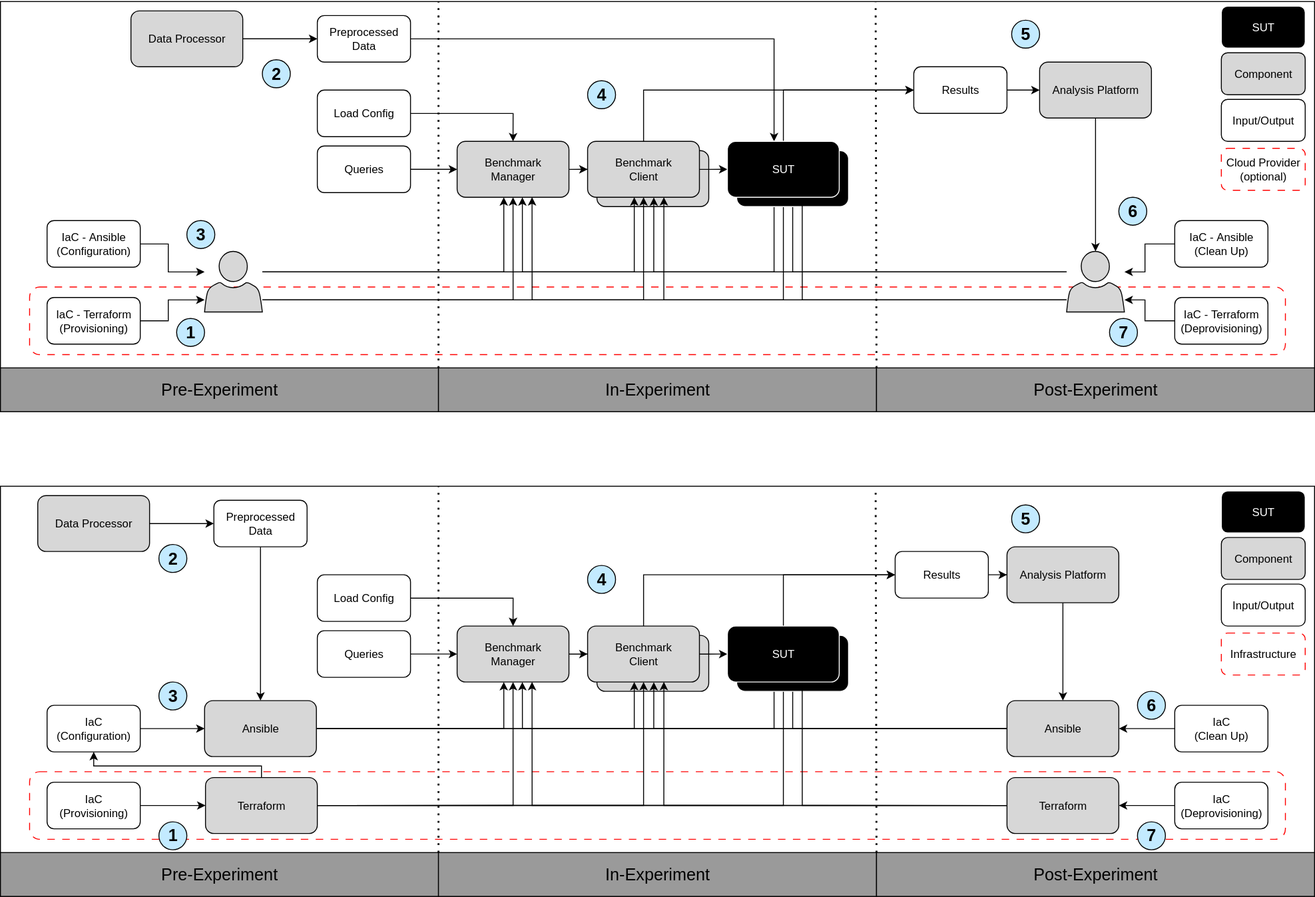
The draw.io diagram docs/architecture.svg in tomkalesse/bachelor-thesis-benchsetup, before a commit. Source tidied: cells renumbered, new cells last; positions are measured from the earlier drawing's top-left corner, leaving out a move shared by most shapes.
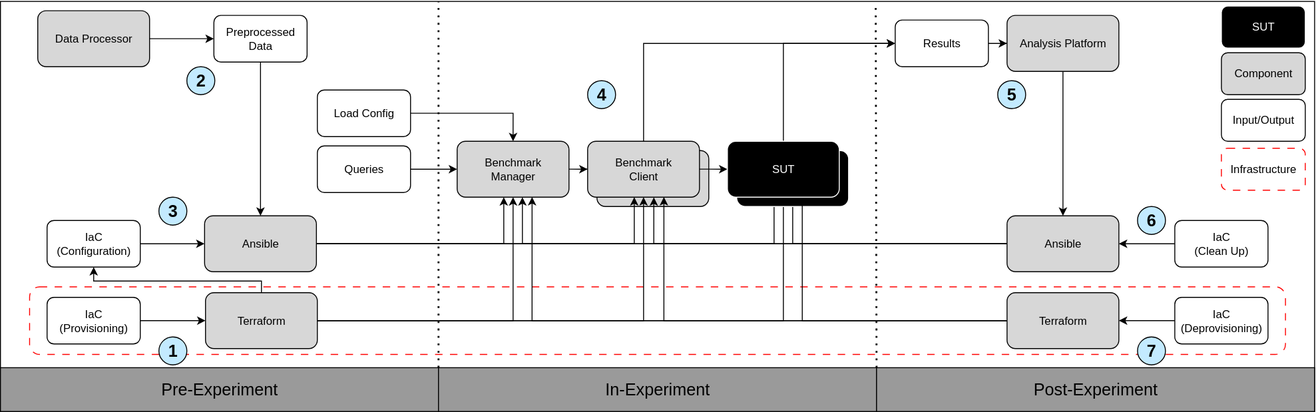
The same diagram one commit later.

Change to the diagram source:
```diff
@@ -4,268 +4,2 @@
     <mxCell id="1" parent="0" />
-    <mxCell id="2" style="rounded=0;whiteSpace=wrap;html=1;strokeColor=light-dark(#000000,#EDEDED);" parent="1" vertex="1">
-      <mxGeometry width="1410" height="440" as="geometry" />
-    </mxCell>
-    <mxCell id="3" value="Benchmark&lt;div&gt;Client&lt;/div&gt;" style="rounded=1;whiteSpace=wrap;html=1;fillColor=#D7D7D7;" parent="1" vertex="1">
-      <mxGeometry x="640" y="160" width="120" height="60" as="geometry" />
-    </mxCell>
-    <mxCell id="4" value="&lt;font style=&quot;font-size: 18px;&quot;&gt;Pre-Experiment&lt;/font&gt;" style="rounded=0;whiteSpace=wrap;html=1;fillColor=#9A9A9A;" parent="1" vertex="1">
-      <mxGeometry y="393" width="470" height="47" as="geometry" />
-    </mxCell>
-    <mxCell id="5" value="&lt;font style=&quot;font-size: 18px;&quot;&gt;&lt;font style=&quot;&quot;&gt;In-Experimen&lt;/font&gt;t&lt;/font&gt;" style="rounded=0;whiteSpace=wrap;html=1;fillColor=#9A9A9A;" parent="1" vertex="1">
-      <mxGeometry x="470" y="393" width="470" height="47" as="geometry" />
-    </mxCell>
-    <mxCell id="6" value="&lt;font style=&quot;font-size: 18px;&quot;&gt;Post-Experiment&lt;/font&gt;" style="rounded=0;whiteSpace=wrap;html=1;fillColor=#9A9A9A;" parent="1" vertex="1">
-      <mxGeometry x="940" y="393" width="470" height="47" as="geometry" />
-    </mxCell>
-    <mxCell id="7" style="endArrow=none;dashed=1;html=1;dashPattern=1 3;strokeWidth=2;rounded=0;exitX=1;exitY=0;exitDx=0;exitDy=0;" parent="1" edge="1" source="4">
-      <mxGeometry relative="1" as="geometry">
-        <mxPoint x="470" as="targetPoint" />
-      </mxGeometry>
-    </mxCell>
-    <mxCell id="8" style="endArrow=none;dashed=1;html=1;dashPattern=1 3;strokeWidth=2;rounded=0;exitX=1;exitY=0;exitDx=0;exitDy=0;entryX=0.666;entryY=0.002;entryDx=0;entryDy=0;entryPerimeter=0;" parent="1" edge="1" source="5" target="2">
-      <mxGeometry relative="1" as="geometry" />
-    </mxCell>
-    <mxCell id="9" style="edgeStyle=orthogonalEdgeStyle;rounded=0;jettySize=auto;html=1;entryX=0;entryY=0.5;entryDx=0;entryDy=0;" parent="1" edge="1" source="10" target="13">
-      <mxGeometry relative="1" as="geometry" />
-    </mxCell>
-    <mxCell id="10" value="Benchmark&lt;div&gt;&lt;span style=&quot;background-color: transparent; color: light-dark(rgb(0, 0, 0), rgb(255, 255, 255));&quot;&gt;Manager&lt;/span&gt;&lt;/div&gt;" style="rounded=1;whiteSpace=wrap;html=1;fillColor=#D7D7D7;shadow=0;" parent="1" vertex="1">
-      <mxGeometry x="490" y="150" width="120" height="60" as="geometry" />
-    </mxCell>
-    <mxCell id="11" style="edgeStyle=orthogonalEdgeStyle;rounded=0;jettySize=auto;html=1;entryX=0;entryY=0.5;entryDx=0;entryDy=0;" parent="1" edge="1" source="13" target="62">
-      <mxGeometry relative="1" as="geometry" />
-    </mxCell>
-    <mxCell id="12" style="edgeStyle=orthogonalEdgeStyle;rounded=0;jettySize=auto;html=1;entryX=0;entryY=0.5;entryDx=0;entryDy=0;" parent="1" edge="1" source="13" target="19">
-      <mxGeometry relative="1" as="geometry">
-        <Array as="points">
-          <mxPoint x="690" y="95" />
-        </Array>
-      </mxGeometry>
-    </mxCell>
-    <mxCell id="13" value="Benchmark&lt;div&gt;&lt;span style=&quot;background-color: transparent; color: light-dark(rgb(0, 0, 0), rgb(255, 255, 255));&quot;&gt;Client&lt;/span&gt;&lt;/div&gt;" style="rounded=1;whiteSpace=wrap;html=1;fillColor=#D7D7D7;" parent="1" vertex="1">
-      <mxGeometry x="630" y="150" width="120" height="60" as="geometry" />
-    </mxCell>
-    <mxCell id="14" style="edgeStyle=orthogonalEdgeStyle;rounded=0;jettySize=auto;html=1;entryX=0;entryY=0.5;entryDx=0;entryDy=0;" parent="1" edge="1" source="62" target="19">
-      <mxGeometry relative="1" as="geometry">
-        <Array as="points">
-          <mxPoint x="840" y="95" />
-        </Array>
-      </mxGeometry>
-    </mxCell>
-    <mxCell id="15" style="edgeStyle=orthogonalEdgeStyle;rounded=0;jettySize=auto;html=1;" parent="1" edge="1" source="50" target="10">
-      <mxGeometry relative="1" as="geometry">
-        <Array as="points">
-          <mxPoint x="540" y="290" />
-        </Array>
-      </mxGeometry>
-    </mxCell>
-    <mxCell id="16" style="edgeStyle=orthogonalEdgeStyle;rounded=0;jettySize=auto;html=1;" parent="1" edge="1" source="50" target="13">
-      <mxGeometry relative="1" as="geometry">
-        <Array as="points">
-          <mxPoint x="680" y="290" />
-        </Array>
-      </mxGeometry>
-    </mxCell>
-    <mxCell id="17" style="edgeStyle=orthogonalEdgeStyle;rounded=0;jettySize=auto;html=1;" parent="1" edge="1" source="50" target="62">
-      <mxGeometry relative="1" as="geometry">
-        <Array as="points">
-          <mxPoint x="830" y="290" />
-        </Array>
-      </mxGeometry>
-    </mxCell>
-    <mxCell id="18" style="edgeStyle=orthogonalEdgeStyle;rounded=0;jettySize=auto;html=1;" parent="1" edge="1" source="19" target="27">
-      <mxGeometry relative="1" as="geometry" />
-    </mxCell>
-    <mxCell id="19" value="Results" style="rounded=1;whiteSpace=wrap;html=1;" parent="1" vertex="1">
-      <mxGeometry x="980" y="70" width="100" height="50" as="geometry" />
-    </mxCell>
-    <mxCell id="20" style="edgeStyle=orthogonalEdgeStyle;rounded=0;jettySize=auto;html=1;" parent="1" edge="1" source="21" target="62">
-      <mxGeometry relative="1" as="geometry">
-        <Array as="points">
-          <mxPoint x="830" y="40" />
-        </Array>
-      </mxGeometry>
-    </mxCell>
-    <mxCell id="21" value="Preprocessed&lt;div&gt;Data&lt;/div&gt;" style="rounded=1;whiteSpace=wrap;html=1;" parent="1" vertex="1">
-      <mxGeometry x="340" y="15" width="100" height="50" as="geometry" />
-    </mxCell>
-    <mxCell id="22" style="edgeStyle=orthogonalEdgeStyle;rounded=0;jettySize=auto;html=1;" parent="1" edge="1" source="23" target="50">
-      <mxGeometry relative="1" as="geometry">
-        <Array as="points">
-          <mxPoint x="180" y="260" />
-          <mxPoint x="180" y="290" />
-        </Array>
-      </mxGeometry>
-    </mxCell>
-    <mxCell id="23" value="IaC -&amp;nbsp;&lt;span style=&quot;background-color: transparent; color: light-dark(rgb(0, 0, 0), rgb(255, 255, 255));&quot;&gt;Ansible&lt;/span&gt;&lt;div&gt;&lt;span style=&quot;background-color: transparent; color: light-dark(rgb(0, 0, 0), rgb(255, 255, 255));&quot;&gt;(Configuration)&lt;/span&gt;&lt;/div&gt;" style="rounded=1;whiteSpace=wrap;html=1;" parent="1" vertex="1">
-      <mxGeometry x="50" y="235" width="100" height="50" as="geometry" />
-    </mxCell>
-    <mxCell id="24" style="edgeStyle=orthogonalEdgeStyle;rounded=0;jettySize=auto;html=1;" parent="1" edge="1" source="25" target="51">
-      <mxGeometry relative="1" as="geometry">
-        <Array as="points">
-          <mxPoint x="1228" y="260" />
-          <mxPoint x="1228" y="290" />
-        </Array>
-      </mxGeometry>
-    </mxCell>
-    <mxCell id="25" value="IaC -&amp;nbsp;&lt;span style=&quot;color: light-dark(rgb(0, 0, 0), rgb(255, 255, 255)); background-color: transparent;&quot;&gt;Ansible&lt;/span&gt;&lt;div&gt;&lt;span style=&quot;background-color: transparent; color: light-dark(rgb(0, 0, 0), rgb(255, 255, 255));&quot;&gt;(Clean Up)&lt;/span&gt;&lt;/div&gt;" style="rounded=1;whiteSpace=wrap;html=1;" parent="1" vertex="1">
-      <mxGeometry x="1260" y="235" width="100" height="50" as="geometry" />
-    </mxCell>
-    <mxCell id="26" style="edgeStyle=orthogonalEdgeStyle;rounded=0;jettySize=auto;html=1;" parent="1" edge="1" source="27" target="51">
-      <mxGeometry relative="1" as="geometry" />
-    </mxCell>
-    <mxCell id="27" value="Analysis Platform" style="rounded=1;whiteSpace=wrap;html=1;fillColor=#D7D7D7;" parent="1" vertex="1">
-      <mxGeometry x="1115" y="65" width="120" height="60" as="geometry" />
-    </mxCell>
-    <mxCell id="28" style="edgeStyle=orthogonalEdgeStyle;rounded=0;jettySize=auto;html=1;" parent="1" edge="1" source="29" target="21">
-      <mxGeometry relative="1" as="geometry" />
-    </mxCell>
-    <mxCell id="29" value="Data Processor" style="rounded=1;whiteSpace=wrap;html=1;fillColor=#D7D7D7;" parent="1" vertex="1">
-      <mxGeometry x="140" y="10" width="120" height="60" as="geometry" />
-    </mxCell>
-    <mxCell id="30" style="edgeStyle=orthogonalEdgeStyle;rounded=0;jettySize=auto;html=1;" parent="1" edge="1" source="51" target="62">
-      <mxGeometry relative="1" as="geometry">
-        <Array as="points">
-          <mxPoint x="850" y="290" />
-        </Array>
-      </mxGeometry>
-    </mxCell>
-    <mxCell id="31" style="edgeStyle=orthogonalEdgeStyle;rounded=0;jettySize=auto;html=1;entryX=0.592;entryY=1.003;entryDx=0;entryDy=0;entryPerimeter=0;" parent="1" edge="1" source="51" target="13">
-      <mxGeometry relative="1" as="geometry">
-        <Array as="points">
-          <mxPoint x="701" y="290" />
-        </Array>
-      </mxGeometry>
-    </mxCell>
-    <mxCell id="32" style="edgeStyle=orthogonalEdgeStyle;rounded=0;jettySize=auto;html=1;" parent="1" edge="1" source="51">
-      <mxGeometry relative="1" as="geometry">
-        <mxPoint x="560" y="210" as="targetPoint" />
-        <Array as="points">
-          <mxPoint x="560" y="290" />
-        </Array>
-      </mxGeometry>
-    </mxCell>
-    <mxCell id="33" value="&lt;span style=&quot;font-size: 18px;&quot;&gt;&lt;b&gt;2&lt;/b&gt;&lt;/span&gt;" style="ellipse;whiteSpace=wrap;html=1;fillColor=#C3EAFF;" parent="1" vertex="1">
-      <mxGeometry x="281" y="62.5" width="30" height="30" as="geometry" />
-    </mxCell>
-    <mxCell id="34" value="&lt;span style=&quot;font-size: 18px;&quot;&gt;&lt;b&gt;3&lt;/b&gt;&lt;/span&gt;" style="ellipse;whiteSpace=wrap;html=1;fillColor=#C3EAFF;" parent="1" vertex="1">
-      <mxGeometry x="200" y="235" width="30" height="30" as="geometry" />
-    </mxCell>
-    <mxCell id="35" value="&lt;span style=&quot;font-size: 18px;&quot;&gt;&lt;b&gt;4&lt;/b&gt;&lt;/span&gt;" style="ellipse;whiteSpace=wrap;html=1;fillColor=#C3EAFF;direction=south;" parent="1" vertex="1">
-      <mxGeometry x="630" y="85" width="30" height="30" as="geometry" />
-    </mxCell>
-    <mxCell id="36" value="&lt;span style=&quot;font-size: 18px;&quot;&gt;&lt;b&gt;5&lt;/b&gt;&lt;/span&gt;" style="ellipse;whiteSpace=wrap;html=1;fillColor=#C3EAFF;direction=south;" parent="1" vertex="1">
-      <mxGeometry x="1085" y="20" width="30" height="30" as="geometry" />
-    </mxCell>
-    <mxCell id="37" value="&lt;span style=&quot;font-size: 18px;&quot;&gt;&lt;b&gt;6&lt;/b&gt;&lt;/span&gt;" style="ellipse;whiteSpace=wrap;html=1;fillColor=#C3EAFF;direction=south;" parent="1" vertex="1">
-      <mxGeometry x="1200" y="210" width="30" height="30" as="geometry" />
-    </mxCell>
-    <mxCell id="38" style="edgeStyle=orthogonalEdgeStyle;rounded=0;jettySize=auto;html=1;entryX=0;entryY=0.5;entryDx=0;entryDy=0;" parent="1" edge="1" source="40" target="10">
-      <mxGeometry relative="1" as="geometry" />
-    </mxCell>
-    <mxCell id="39" style="rounded=1;whiteSpace=wrap;html=1;fillColor=none;strokeColor=#FF0000;dashed=1;dashPattern=8 8;" parent="1" vertex="1">
-      <mxGeometry x="31.2" y="306.2" width="1347.5" height="72.5" as="geometry" />
-    </mxCell>
-    <mxCell id="40" value="Queries" style="rounded=1;whiteSpace=wrap;html=1;" parent="1" vertex="1">
-      <mxGeometry x="340" y="155" width="100" height="50" as="geometry" />
-    </mxCell>
-    <mxCell id="41" style="edgeStyle=orthogonalEdgeStyle;rounded=0;jettySize=auto;html=1;entryX=0.5;entryY=0;entryDx=0;entryDy=0;" parent="1" edge="1" source="42" target="10">
-      <mxGeometry relative="1" as="geometry" />
-    </mxCell>
-    <mxCell id="42" value="Load Config" style="rounded=1;whiteSpace=wrap;html=1;" parent="1" vertex="1">
-      <mxGeometry x="340" y="95" width="100" height="50" as="geometry" />
-    </mxCell>
-    <mxCell id="43" value="Component" style="rounded=1;whiteSpace=wrap;html=1;fillColor=#D7D7D7;" parent="1" vertex="1">
-      <mxGeometry x="1310" y="55" width="90" height="45" as="geometry" />
-    </mxCell>
-    <mxCell id="44" value="&lt;font style=&quot;color: rgb(255, 255, 255);&quot;&gt;SUT&lt;/font&gt;" style="rounded=1;whiteSpace=wrap;html=1;fillColor=#000000;strokeColor=light-dark(#ffffff, #ededed);" parent="1" vertex="1">
-      <mxGeometry x="1310" y="5" width="90" height="45" as="geometry" />
-    </mxCell>
-    <mxCell id="45" value="Input/Output" style="rounded=1;whiteSpace=wrap;html=1;fillColor=#FFFFFF;" parent="1" vertex="1">
-      <mxGeometry x="1310" y="105" width="90" height="45" as="geometry" />
-    </mxCell>
-    <mxCell id="46" style="edgeStyle=orthogonalEdgeStyle;rounded=0;jettySize=auto;html=1;" parent="1" edge="1" source="47" target="51">
-      <mxGeometry relative="1" as="geometry">
-        <Array as="points">
-          <mxPoint x="1228" y="342" />
-          <mxPoint x="1228" y="320" />
-        </Array>
-      </mxGeometry>
-    </mxCell>
-    <mxCell id="47" value="IaC -&amp;nbsp;&lt;span style=&quot;color: light-dark(rgb(0, 0, 0), rgb(255, 255, 255)); background-color: transparent;&quot;&gt;Terraform&lt;/span&gt;&lt;div&gt;&lt;span style=&quot;background-color: transparent; color: light-dark(rgb(0, 0, 0), rgb(255, 255, 255));&quot;&gt;(Deprovisioning)&lt;/span&gt;&lt;/div&gt;" style="rounded=1;whiteSpace=wrap;html=1;" parent="1" vertex="1">
-      <mxGeometry x="1260" y="317.5" width="100" height="50" as="geometry" />
-    </mxCell>
-    <mxCell id="48" style="edgeStyle=orthogonalEdgeStyle;rounded=0;jettySize=auto;html=1;" parent="1" edge="1" source="49" target="50">
-      <mxGeometry relative="1" as="geometry">
-        <Array as="points">
-          <mxPoint x="180" y="343" />
-          <mxPoint x="180" y="320" />
-        </Array>
-      </mxGeometry>
-    </mxCell>
-    <mxCell id="49" value="IaC -&amp;nbsp;&lt;span style=&quot;background-color: transparent; color: light-dark(rgb(0, 0, 0), rgb(255, 255, 255));&quot;&gt;Terraform&lt;/span&gt;&lt;div&gt;&lt;span style=&quot;background-color: transparent; color: light-dark(rgb(0, 0, 0), rgb(255, 255, 255));&quot;&gt;(Provisioning)&lt;/span&gt;&lt;/div&gt;" style="rounded=1;whiteSpace=wrap;html=1;" parent="1" vertex="1">
-      <mxGeometry x="50" y="317.5" width="100" height="50" as="geometry" />
-    </mxCell>
-    <mxCell id="50" style="sketch=0;shadow=0;dashed=0;html=1;strokeColor=#000000;fillColor=#D7D7D7;labelPosition=center;verticalLabelPosition=bottom;verticalAlign=top;outlineConnect=0;align=center;shape=mxgraph.office.users.user;" parent="1" vertex="1">
-      <mxGeometry x="219" y="268" width="62" height="65" as="geometry" />
-    </mxCell>
-    <mxCell id="51" style="sketch=0;shadow=0;dashed=0;html=1;strokeColor=#000000;fillColor=#D7D7D7;labelPosition=center;verticalLabelPosition=bottom;verticalAlign=top;outlineConnect=0;align=center;shape=mxgraph.office.users.user;" parent="1" vertex="1">
-      <mxGeometry x="1144" y="268" width="62" height="65" as="geometry" />
-    </mxCell>
-    <mxCell id="52" value="&lt;span style=&quot;font-size: 18px;&quot;&gt;&lt;b&gt;7&lt;/b&gt;&lt;/span&gt;" style="ellipse;whiteSpace=wrap;html=1;fillColor=#C3EAFF;direction=south;" parent="1" vertex="1">
-      <mxGeometry x="1190" y="340" width="30" height="30" as="geometry" />
-    </mxCell>
-    <mxCell id="53" value="&lt;span style=&quot;font-size: 18px;&quot;&gt;&lt;b&gt;1&lt;/b&gt;&lt;/span&gt;" style="ellipse;whiteSpace=wrap;html=1;fillColor=#C3EAFF;" parent="1" vertex="1">
-      <mxGeometry x="189" y="340" width="30" height="30" as="geometry" />
-    </mxCell>
-    <mxCell id="54" value="Cloud Provider&lt;div&gt;(optional)&lt;/div&gt;" style="rounded=1;whiteSpace=wrap;html=1;fillColor=none;strokeColor=#FF0000;dashed=1;dashPattern=8 8;" parent="1" vertex="1">
-      <mxGeometry x="1310" y="157.5" width="90" height="45" as="geometry" />
-    </mxCell>
-    <mxCell id="55" style="edgeStyle=orthogonalEdgeStyle;rounded=0;jettySize=auto;html=1;entryX=0.5;entryY=1;entryDx=0;entryDy=0;" parent="1" edge="1" source="50" target="10">
-      <mxGeometry relative="1" as="geometry">
-        <Array as="points">
-          <mxPoint x="550" y="320" />
-        </Array>
-      </mxGeometry>
-    </mxCell>
-    <mxCell id="56" style="edgeStyle=orthogonalEdgeStyle;rounded=0;jettySize=auto;html=1;entryX=0.67;entryY=0.998;entryDx=0;entryDy=0;entryPerimeter=0;" parent="1" edge="1" source="51" target="10">
-      <mxGeometry relative="1" as="geometry">
-        <Array as="points">
-          <mxPoint x="570" y="320" />
-        </Array>
-      </mxGeometry>
-    </mxCell>
-    <mxCell id="57" style="edgeStyle=orthogonalEdgeStyle;rounded=0;jettySize=auto;html=1;" parent="1" edge="1" source="50" target="13">
-      <mxGeometry relative="1" as="geometry">
-        <Array as="points">
-          <mxPoint x="690" y="320" />
-        </Array>
-      </mxGeometry>
-    </mxCell>
-    <mxCell id="58" style="edgeStyle=orthogonalEdgeStyle;rounded=0;jettySize=auto;html=1;entryX=0.682;entryY=0.999;entryDx=0;entryDy=0;entryPerimeter=0;" parent="1" edge="1" source="51" target="13">
-      <mxGeometry relative="1" as="geometry">
-        <Array as="points">
-          <mxPoint x="712" y="320" />
-        </Array>
-      </mxGeometry>
-    </mxCell>
-    <mxCell id="59" style="edgeStyle=orthogonalEdgeStyle;rounded=0;jettySize=auto;html=1;" parent="1" edge="1" source="50" target="62">
-      <mxGeometry relative="1" as="geometry">
-        <Array as="points">
-          <mxPoint x="840" y="320" />
-        </Array>
-      </mxGeometry>
-    </mxCell>
-    <mxCell id="60" value="&lt;font style=&quot;color: rgb(255, 255, 255);&quot;&gt;SUT&lt;/font&gt;" style="rounded=1;whiteSpace=wrap;html=1;fillColor=#000000;strokeColor=light-dark(#ffffff, #ededed);" parent="1" vertex="1">
-      <mxGeometry x="790" y="160" width="120" height="60" as="geometry" />
-    </mxCell>
-    <mxCell id="61" style="edgeStyle=orthogonalEdgeStyle;rounded=0;jettySize=auto;html=1;entryX=0.669;entryY=0.995;entryDx=0;entryDy=0;entryPerimeter=0;" parent="1" edge="1" source="51" target="62">
-      <mxGeometry relative="1" as="geometry">
-        <Array as="points">
-          <mxPoint x="860" y="320" />
-        </Array>
-      </mxGeometry>
-    </mxCell>
-    <mxCell id="62" value="&lt;font style=&quot;color: rgb(255, 255, 255);&quot;&gt;SUT&lt;/font&gt;" style="rounded=1;whiteSpace=wrap;html=1;fillColor=#000000;strokeColor=light-dark(#ffffff, #ededed);" parent="1" vertex="1">
-      <mxGeometry x="780" y="150" width="120" height="60" as="geometry" />
-    </mxCell>
     <mxCell id="63" style="rounded=0;whiteSpace=wrap;html=1;strokeColor=light-dark(#000000,#EDEDED);" parent="1" vertex="1">
@@ -305,3 +39,3 @@
         <Array as="points">
-          <mxPoint x="690" y="615" />
+          <mxPoint x="690" y="565" />
         </Array>
@@ -315,3 +49,3 @@
         <Array as="points">
-          <mxPoint x="840" y="615" />
+          <mxPoint x="840" y="565" />
         </Array>
@@ -340,3 +74,3 @@
     </mxCell>
-    <mxCell id="79" style="edgeStyle=orthogonalEdgeStyle;rounded=0;jettySize=auto;html=1;" parent="1" edge="1" source="80" target="88">
+    <mxCell id="79" style="edgeStyle=orthogonalEdgeStyle;rounded=0;jettySize=auto;html=1;entryX=0;entryY=0.5;entryDx=0;entryDy=0;" parent="1" edge="1" source="80" target="88">
       <mxGeometry relative="1" as="geometry" />
@@ -344,3 +78,3 @@
     <mxCell id="80" value="Results" style="rounded=1;whiteSpace=wrap;html=1;" parent="1" vertex="1">
-      <mxGeometry x="960" y="590" width="100" height="50" as="geometry" />
+      <mxGeometry x="960" y="540" width="100" height="50" as="geometry" />
     </mxCell>
@@ -368,3 +102,3 @@
     <mxCell id="88" value="Analysis Platform" style="rounded=1;whiteSpace=wrap;html=1;fillColor=#D7D7D7;" parent="1" vertex="1">
-      <mxGeometry x="1080" y="585" width="120" height="60" as="geometry" />
+      <mxGeometry x="1080" y="535" width="120" height="60" as="geometry" />
     </mxCell>
@@ -399,3 +133,3 @@
     <mxCell id="94" value="&lt;span style=&quot;font-size: 18px;&quot;&gt;&lt;b&gt;2&lt;/b&gt;&lt;/span&gt;" style="ellipse;whiteSpace=wrap;html=1;fillColor=#C3EAFF;" parent="1" vertex="1">
-      <mxGeometry x="170" y="582.5" width="30" height="30" as="geometry" />
+      <mxGeometry x="200" y="590" width="30" height="30" as="geometry" />
     </mxCell>
@@ -408,3 +142,3 @@
     <mxCell id="97" value="&lt;span style=&quot;font-size: 18px;&quot;&gt;&lt;b&gt;5&lt;/b&gt;&lt;/span&gt;" style="ellipse;whiteSpace=wrap;html=1;fillColor=#C3EAFF;direction=south;" parent="1" vertex="1">
-      <mxGeometry x="1085" y="540" width="30" height="30" as="geometry" />
+      <mxGeometry x="1070" y="605" width="30" height="30" as="geometry" />
     </mxCell>
```
